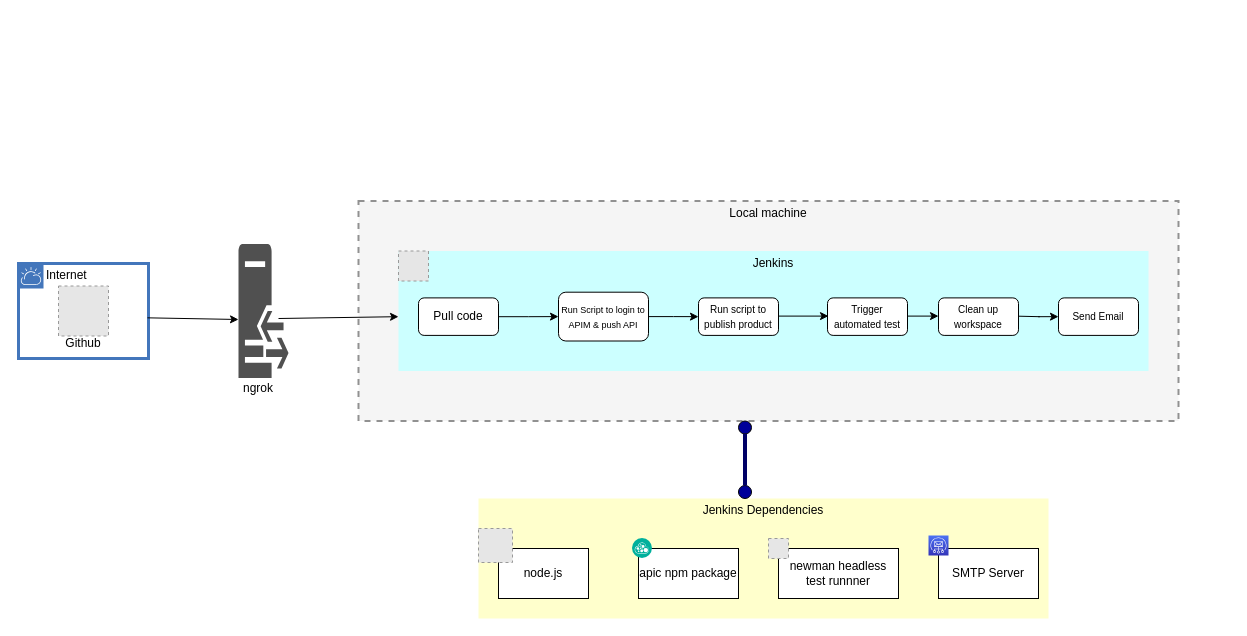
saurabh867/APIConnect keeps this draw.io diagram as Untitled Diagram.drawio. Above is the earlier version. Source tidied: cells renumbered, new cells numbered last; positions are measured from the earlier drawing's top-left corner, leaving out a move shared by most shapes. Both pictures are drawn from the tidied source at 100%, with x=0, y=0 at pixel (18, 200). Pictures stored in the file or linked from it are replaced by grey dashed boxes.
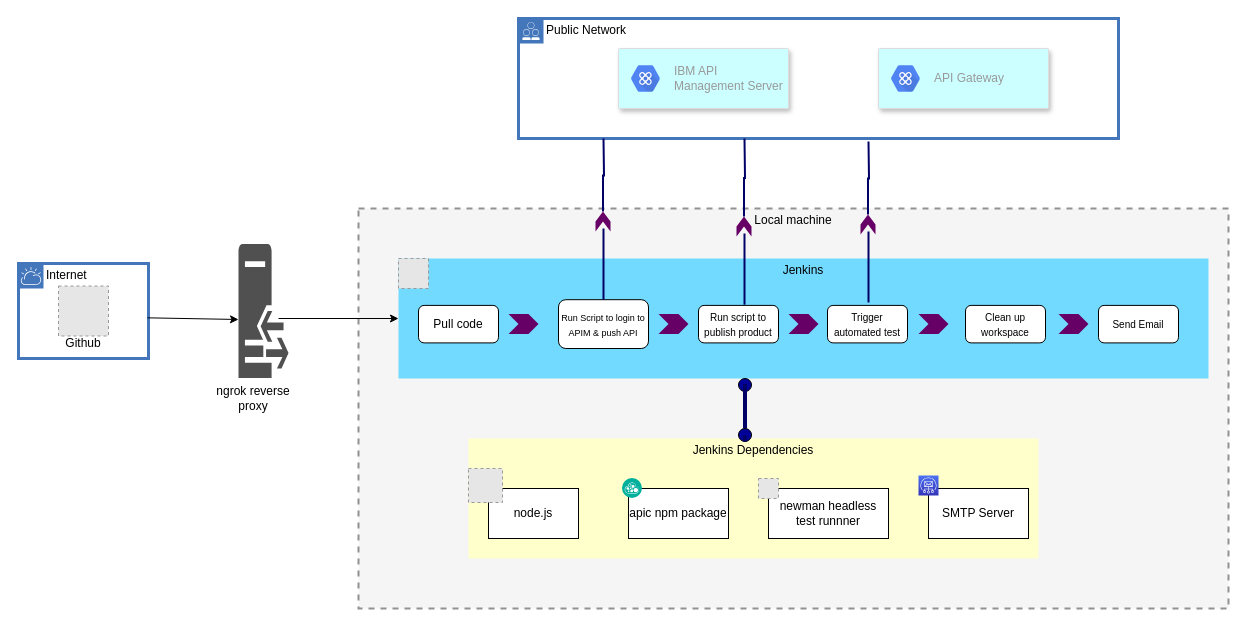
The same diagram, later.

The change refers to these unchanged cells:
```xml
<mxCell id="8" value="Pull code" style="rounded=1;whiteSpace=wrap;html=1;" parent="6" vertex="1">
  <mxGeometry x="20" y="46.9" width="80" height="37.5" as="geometry" />
</mxCell>
<mxCell id="9" value="&lt;font style=&quot;font-size: 9px&quot;&gt;Run Script to login to APIM &amp;amp; push API&lt;/font&gt;" style="rounded=1;whiteSpace=wrap;html=1;" parent="6" vertex="1">
  <mxGeometry x="160" y="41.2" width="90" height="48.8" as="geometry" />
</mxCell>
<mxCell id="11" value="&lt;font style=&quot;font-size: 10px&quot;&gt;Run script to publish product&lt;/font&gt;" style="rounded=1;whiteSpace=wrap;html=1;" parent="6" vertex="1">
  <mxGeometry x="300" y="46.9" width="80" height="37.5" as="geometry" />
</mxCell>
```

The edit, as a diff of the source:
```diff
@@
     <mxCell id="5" value="Local machine" style="fontStyle=0;verticalAlign=top;align=center;spacingTop=-2;rounded=0;whiteSpace=wrap;html=1;strokeColor=#919191;strokeWidth=2;dashed=1;fillColor=#F5F5F5;" parent="1" vertex="1">
-      <mxGeometry x="340" y="0.5" width="820" height="220" as="geometry" />
+      <mxGeometry x="340" y="8" width="870" height="400" as="geometry" />
     </mxCell>
-    <mxCell id="6" value="Jenkins" style="fontStyle=0;verticalAlign=top;align=center;spacingTop=-2;rounded=0;whiteSpace=wrap;html=1;strokeWidth=1;dashed=0;strokeColor=none;fillColor=#CCFFFF;" parent="5" vertex="1">
-      <mxGeometry x="40" y="50" width="750" height="120" as="geometry" />
+    <mxCell id="6" value="Jenkins" style="fontStyle=0;verticalAlign=top;align=center;spacingTop=-2;rounded=0;whiteSpace=wrap;html=1;strokeWidth=1;dashed=0;strokeColor=none;fillColor=#73DAFF;" parent="5" vertex="1">
+      <mxGeometry x="40" y="50" width="810" height="120" as="geometry" />
     </mxCell>
-    <mxCell id="7" style="edgeStyle=orthogonalEdgeStyle;rounded=0;jettySize=auto;html=1;entryX=0;entryY=0.5;entryDx=0;entryDy=0;" parent="6" edge="1" source="8" target="9">
-      <mxGeometry relative="1" as="geometry" />
-    </mxCell>
@@
-    <mxCell id="12" style="edgeStyle=orthogonalEdgeStyle;rounded=0;jettySize=auto;html=1;entryX=0;entryY=0.5;entryDx=0;entryDy=0;exitX=1;exitY=0.5;exitDx=0;exitDy=0;" parent="6" edge="1" source="9" target="11">
-      <mxGeometry relative="1" as="geometry" />
-    </mxCell>
@@
-    <mxCell id="14" style="edgeStyle=orthogonalEdgeStyle;rounded=0;orthogonalLoop=1;jettySize=auto;html=1;entryX=0;entryY=0.5;entryDx=0;entryDy=0;exitX=1;exitY=0.5;exitDx=0;exitDy=0;" parent="6" edge="1">
-      <mxGeometry relative="1" as="geometry">
-        <mxPoint x="380" y="65.1" as="sourcePoint" />
-        <mxPoint x="430" y="65.1" as="targetPoint" />
-      </mxGeometry>
-    </mxCell>
     <mxCell id="15" value="&lt;font style=&quot;font-size: 10px&quot;&gt;Clean up workspace&lt;/font&gt;" style="rounded=1;whiteSpace=wrap;html=1;" parent="6" vertex="1">
-      <mxGeometry x="540" y="46.9" width="80" height="37.5" as="geometry" />
+      <mxGeometry x="567" y="46.9" width="80" height="37.5" as="geometry" />
     </mxCell>
     <mxCell id="16" value="&lt;font style=&quot;font-size: 10px&quot;&gt;Send Email&lt;/font&gt;" style="rounded=1;whiteSpace=wrap;html=1;" parent="6" vertex="1">
-      <mxGeometry x="660" y="46.9" width="80" height="37.5" as="geometry" />
+      <mxGeometry x="700" y="46.9" width="80" height="37.5" as="geometry" />
     </mxCell>
-    <mxCell id="17" style="edgeStyle=orthogonalEdgeStyle;rounded=0;orthogonalLoop=1;jettySize=auto;html=1;exitX=1;exitY=0.5;exitDx=0;exitDy=0;" parent="6" edge="1">
-      <mxGeometry relative="1" as="geometry">
-        <mxPoint x="509" y="65.1" as="sourcePoint" />
-        <mxPoint x="540" y="65.5" as="targetPoint" />
-      </mxGeometry>
-    </mxCell>
-    <mxCell id="18" style="edgeStyle=orthogonalEdgeStyle;rounded=0;jettySize=auto;html=1;exitX=1;exitY=0.5;exitDx=0;exitDy=0;entryX=0;entryY=0.5;entryDx=0;entryDy=0;" parent="6" edge="1" target="16">
-      <mxGeometry relative="1" as="geometry">
-        <mxPoint x="620" y="65.2" as="sourcePoint" />
-      </mxGeometry>
-    </mxCell>
+    <mxCell id="35" style="shape=step;perimeter=stepPerimeter;whiteSpace=wrap;html=1;fixedSize=1;size=10;fillColor=#660066;strokeColor=none;" parent="6" vertex="1">
+      <mxGeometry x="110" y="55.6" width="30" height="20" as="geometry" />
+    </mxCell>
+    <mxCell id="36" style="shape=step;perimeter=stepPerimeter;whiteSpace=wrap;html=1;fixedSize=1;size=10;fillColor=#660066;strokeColor=none;" parent="6" vertex="1">
+      <mxGeometry x="260" y="55.6" width="30" height="20" as="geometry" />
+    </mxCell>
+    <mxCell id="37" style="shape=step;perimeter=stepPerimeter;whiteSpace=wrap;html=1;fixedSize=1;size=10;fillColor=#660066;strokeColor=none;" parent="6" vertex="1">
+      <mxGeometry x="390" y="55.6" width="30" height="20" as="geometry" />
+    </mxCell>
+    <mxCell id="38" style="shape=step;perimeter=stepPerimeter;whiteSpace=wrap;html=1;fixedSize=1;size=10;fillColor=#660066;strokeColor=none;" parent="6" vertex="1">
+      <mxGeometry x="520" y="55.6" width="30" height="20" as="geometry" />
+    </mxCell>
+    <mxCell id="39" style="shape=step;perimeter=stepPerimeter;whiteSpace=wrap;html=1;fixedSize=1;size=10;fillColor=#660066;strokeColor=none;" parent="6" vertex="1">
+      <mxGeometry x="660" y="55.6" width="30" height="20" as="geometry" />
+    </mxCell>
+    <mxCell id="33" style="ellipse;whiteSpace=wrap;html=1;fillColor=#000099;" parent="5" vertex="1">
+      <mxGeometry x="380" y="170" width="13" height="13" as="geometry" />
+    </mxCell>
     <mxCell id="19" value="Jenkins Dependencies" style="fontStyle=0;verticalAlign=top;align=center;spacingTop=-2;rounded=0;whiteSpace=wrap;html=1;strokeWidth=1;dashed=0;fillColor=#FFFFCC;strokeColor=none;" parent="1" vertex="1">
-      <mxGeometry x="460" y="298" width="570" height="120" as="geometry" />
+      <mxGeometry x="450" y="238" width="570" height="120" as="geometry" />
     </mxCell>
@@
-    <mxCell id="28" style="ellipse;whiteSpace=wrap;html=1;fillColor=#000099;" parent="19" vertex="1">
-      <mxGeometry x="260" y="-13" width="13" height="13" as="geometry" />
-    </mxCell>
@@
-    <mxCell id="30" value="ngrok" style="text;html=1;strokeColor=none;fillColor=none;align=center;verticalAlign=middle;whiteSpace=wrap;rounded=0;" parent="1" vertex="1">
-      <mxGeometry x="220" y="177.5" width="40" height="20" as="geometry" />
+    <mxCell id="30" value="ngrok reverse proxy" style="text;html=1;strokeColor=none;fillColor=none;align=center;verticalAlign=middle;whiteSpace=wrap;rounded=0;" parent="1" vertex="1">
+      <mxGeometry x="190" y="188" width="90" height="20" as="geometry" />
     </mxCell>
@@
-    <mxCell id="33" style="ellipse;whiteSpace=wrap;html=1;fillColor=#000099;" parent="1" vertex="1">
-      <mxGeometry x="720" y="220.5" width="13" height="13" as="geometry" />
-    </mxCell>
-    <mxCell id="34" style="endArrow=none;html=1;entryX=0.5;entryY=1;entryDx=0;entryDy=0;exitX=0.5;exitY=0;exitDx=0;exitDy=0;strokeWidth=4;strokeColor=#000066;" parent="1" edge="1">
+    <mxCell id="34" style="endArrow=none;html=1;entryX=0.5;entryY=1;entryDx=0;entryDy=0;exitX=0.5;exitY=0;exitDx=0;exitDy=0;strokeWidth=4;strokeColor=#000066;" parent="1" edge="1" source="28">
       <mxGeometry relative="1" as="geometry">
-        <mxPoint x="726.5" y="285" as="sourcePoint" />
-        <mxPoint x="726.5" y="233.5" as="targetPoint" />
+        <mxPoint x="726.5" y="183.5" as="targetPoint" />
       </mxGeometry>
     </mxCell>
+    <mxCell id="28" style="ellipse;whiteSpace=wrap;html=1;fillColor=#000099;" parent="1" vertex="1">
+      <mxGeometry x="720" y="228" width="13" height="13" as="geometry" />
+    </mxCell>
+    <mxCell id="40" style="endArrow=none;html=1;entryX=0.5;entryY=1;entryDx=0;entryDy=0;exitX=0.5;exitY=0;exitDx=0;exitDy=0;strokeWidth=4;strokeColor=#000066;" parent="1" edge="1" target="28">
+      <mxGeometry relative="1" as="geometry">
+        <mxPoint x="726.5" y="235" as="sourcePoint" />
+      </mxGeometry>
+    </mxCell>
+    <mxCell id="41" value="Public Network" style="shape=mxgraph.ibm.box;prType=public;fontStyle=0;verticalAlign=top;align=left;spacingLeft=32;spacingTop=4;fillColor=none;rounded=0;whiteSpace=wrap;html=1;strokeColor=#4376BB;strokeWidth=3;dashed=0;spacing=-4;" parent="1" vertex="1">
+      <mxGeometry x="500" y="-182" width="600" height="120" as="geometry" />
+    </mxCell>
+    <mxCell id="42" style="strokeColor=#dddddd;shadow=1;strokeWidth=1;rounded=1;absoluteArcSize=1;arcSize=2;fillColor=#CCFFFF;" parent="41" vertex="1">
+      <mxGeometry x="100" y="30" width="170" height="60" as="geometry" />
+    </mxCell>
+    <mxCell id="43" value="IBM API&lt;br&gt;Management Server" style="dashed=0;html=1;fillColor=#5184F3;strokeColor=none;shape=mxgraph.gcp2.hexIcon;prIcon=apigee_api_platform;labelPosition=right;verticalLabelPosition=middle;align=left;verticalAlign=middle;spacingLeft=5;fontColor=#999999;fontSize=12;" parent="42" vertex="1">
+      <mxGeometry y="0.5" width="44" height="39" relative="1" as="geometry">
+        <mxPoint x="5" y="-19.5" as="offset" />
+      </mxGeometry>
+    </mxCell>
+    <mxCell id="44" style="strokeColor=#dddddd;shadow=1;strokeWidth=1;rounded=1;absoluteArcSize=1;arcSize=2;fillColor=#CCFFFF;" parent="1" vertex="1">
+      <mxGeometry x="860" y="-152" width="170" height="60" as="geometry" />
+    </mxCell>
+    <mxCell id="45" value="API Gateway" style="dashed=0;html=1;fillColor=#5184F3;strokeColor=none;shape=mxgraph.gcp2.hexIcon;prIcon=apigee_api_platform;labelPosition=right;verticalLabelPosition=middle;align=left;verticalAlign=middle;spacingLeft=5;fontColor=#999999;fontSize=12;" parent="44" vertex="1">
+      <mxGeometry y="0.5" width="44" height="39" relative="1" as="geometry">
+        <mxPoint x="5" y="-19.5" as="offset" />
+      </mxGeometry>
+    </mxCell>
+    <mxCell id="46" style="edgeStyle=orthogonalEdgeStyle;rounded=0;jettySize=auto;html=1;exitX=0.5;exitY=0;exitDx=0;exitDy=0;strokeColor=#000066;strokeWidth=2;endArrow=none;endFill=0;" parent="1" edge="1" source="9">
+      <mxGeometry relative="1" as="geometry">
+        <mxPoint x="585" y="28" as="targetPoint" />
+      </mxGeometry>
+    </mxCell>
+    <mxCell id="47" style="shape=step;perimeter=stepPerimeter;whiteSpace=wrap;html=1;fixedSize=1;size=10;fillColor=#660066;strokeColor=none;rotation=-90;" parent="1" vertex="1">
+      <mxGeometry x="574.5" y="13.5" width="20" height="15" as="geometry" />
+    </mxCell>
+    <mxCell id="48" style="edgeStyle=orthogonalEdgeStyle;rounded=0;jettySize=auto;html=1;exitX=1;exitY=0.5;exitDx=0;exitDy=0;strokeColor=#000066;strokeWidth=2;endArrow=none;endFill=0;" parent="1" edge="1" source="47">
+      <mxGeometry relative="1" as="geometry">
+        <mxPoint x="585" y="-62" as="targetPoint" />
+      </mxGeometry>
+    </mxCell>
+    <mxCell id="49" style="edgeStyle=orthogonalEdgeStyle;rounded=0;orthogonalLoop=1;jettySize=auto;html=1;exitX=0.5;exitY=0;exitDx=0;exitDy=0;strokeColor=#000066;strokeWidth=2;endArrow=none;endFill=0;" parent="1" edge="1">
+      <mxGeometry relative="1" as="geometry">
+        <mxPoint x="726" y="104.2" as="sourcePoint" />
+        <mxPoint x="726" y="33" as="targetPoint" />
+      </mxGeometry>
+    </mxCell>
+    <mxCell id="50" style="shape=step;perimeter=stepPerimeter;whiteSpace=wrap;html=1;fixedSize=1;size=10;fillColor=#660066;strokeColor=none;rotation=-90;" parent="1" vertex="1">
+      <mxGeometry x="715.5" y="18.5" width="20" height="15" as="geometry" />
+    </mxCell>
+    <mxCell id="51" style="edgeStyle=orthogonalEdgeStyle;rounded=0;jettySize=auto;html=1;exitX=1;exitY=0.5;exitDx=0;exitDy=0;strokeColor=#000066;strokeWidth=2;endArrow=none;endFill=0;" parent="1" edge="1" source="50">
+      <mxGeometry relative="1" as="geometry">
+        <mxPoint x="726" y="-62" as="targetPoint" />
+      </mxGeometry>
+    </mxCell>
+    <mxCell id="52" style="edgeStyle=orthogonalEdgeStyle;rounded=0;orthogonalLoop=1;jettySize=auto;html=1;strokeColor=#000066;strokeWidth=2;endArrow=none;endFill=0;" parent="1" edge="1">
+      <mxGeometry relative="1" as="geometry">
+        <mxPoint x="850" y="102" as="sourcePoint" />
+        <mxPoint x="850" y="31" as="targetPoint" />
+      </mxGeometry>
+    </mxCell>
+    <mxCell id="53" style="shape=step;perimeter=stepPerimeter;whiteSpace=wrap;html=1;fixedSize=1;size=10;fillColor=#660066;strokeColor=none;rotation=-90;" parent="1" vertex="1">
+      <mxGeometry x="839.5" y="16.5" width="20" height="15" as="geometry" />
+    </mxCell>
+    <mxCell id="54" style="edgeStyle=orthogonalEdgeStyle;rounded=0;jettySize=auto;html=1;exitX=1;exitY=0.5;exitDx=0;exitDy=0;strokeColor=#000066;strokeWidth=2;endArrow=none;endFill=0;" parent="1" edge="1" source="53">
+      <mxGeometry relative="1" as="geometry">
+        <mxPoint x="850" y="-59" as="targetPoint" />
+      </mxGeometry>
+    </mxCell>
```
